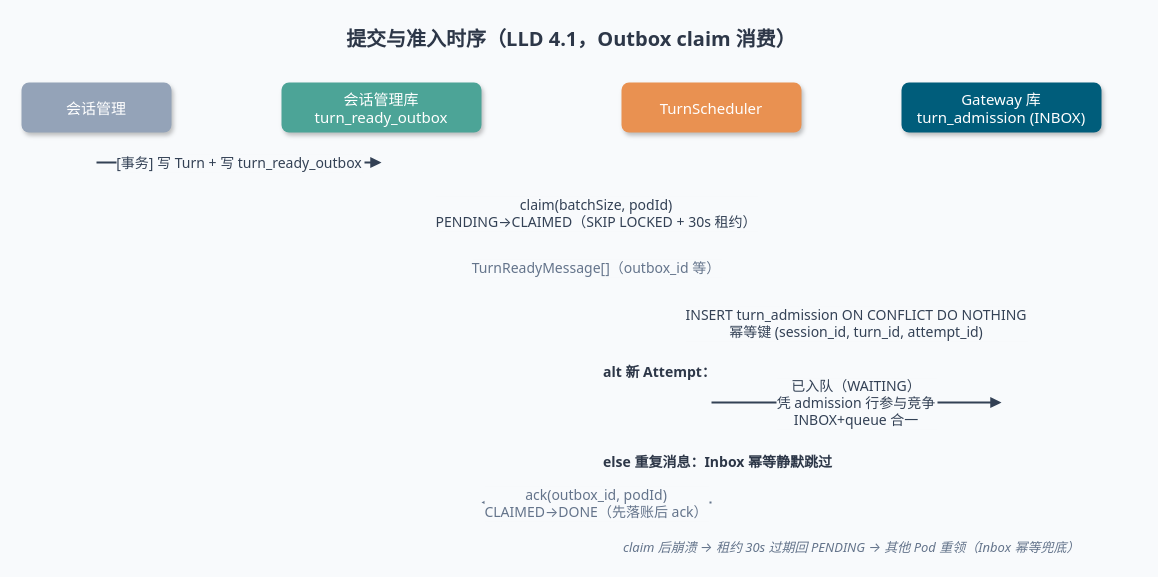
Before: page "seq-admission" (1 of 9) of design/diagrams/drawio/turn-scheduler-lld.drawio in JamesLi-NLP/AgentGateway, a draw.io diagram. Source tidied: cells renumbered, new cells numbered last; positions are measured from the earlier drawing's top-left corner, leaving out a move shared by most shapes. Both pictures are drawn from the tidied source at 100%, with x=0, y=0 at pixel (21, 17).
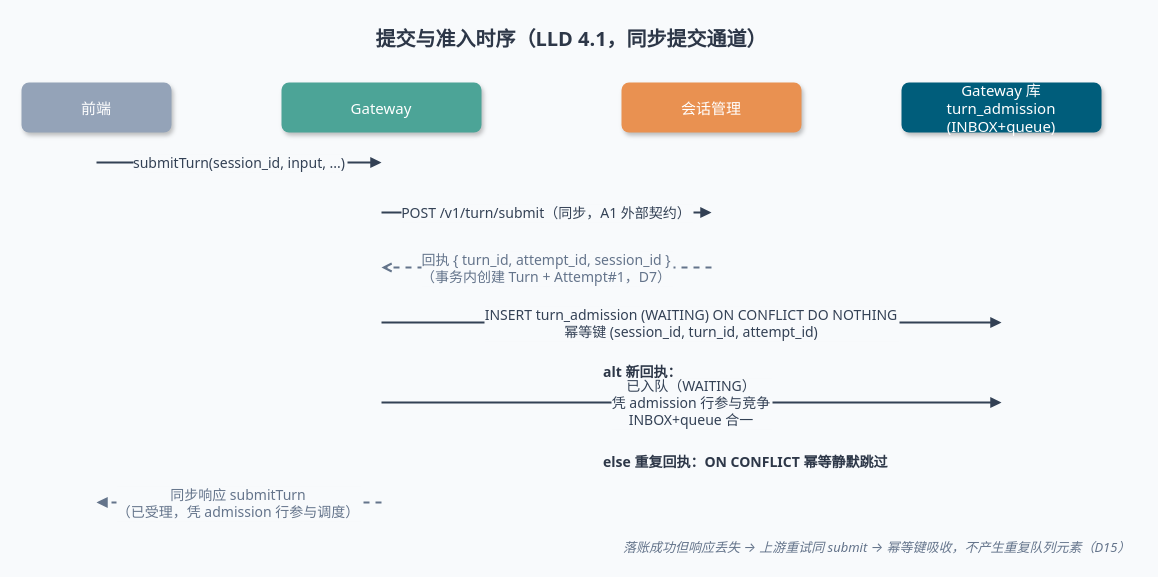
The same page after the edit.

What changed in the source:
```diff
@@
-    <mxCell id="2" value="提交与准入时序（LLD 4.1，Outbox claim 消费）" style="text;html=0;align=center;verticalAlign=middle;fontFamily=system-ui, -apple-system, PingFang SC, Microsoft YaHei, sans-serif;fontSize=20;fontStyle=1;fontColor=#2D3748;" parent="1" vertex="1">
+    <mxCell id="2" value="提交与准入时序（LLD 4.1，同步提交通道）" style="text;html=0;align=center;verticalAlign=middle;fontFamily=system-ui, -apple-system, PingFang SC, Microsoft YaHei, sans-serif;fontSize=20;fontStyle=1;fontColor=#2D3748;" parent="1" vertex="1">
       <mxGeometry x="360" width="380" height="40" as="geometry" />
     </mxCell>
-    <mxCell id="3" value="会话管理" style="rounded=1;whiteSpace=wrap;fillColor=#94A3B8;strokeColor=none;fontColor=#FFFFFF;fontFamily=system-ui, -apple-system, PingFang SC, Microsoft YaHei, sans-serif;fontSize=15;shadow=1;" parent="1" vertex="1">
+    <mxCell id="3" value="前端" style="rounded=1;whiteSpace=wrap;fillColor=#94A3B8;strokeColor=none;fontColor=#FFFFFF;fontFamily=system-ui, -apple-system, PingFang SC, Microsoft YaHei, sans-serif;fontSize=15;shadow=1;" parent="1" vertex="1">
       <mxGeometry y="65" width="150" height="50" as="geometry" />
     </mxCell>
-    <mxCell id="4" value="会话管理库&#10;turn_ready_outbox" style="rounded=1;whiteSpace=wrap;fillColor=#4CA497;strokeColor=none;fontColor=#FFFFFF;fontFamily=system-ui, -apple-system, PingFang SC, Microsoft YaHei, sans-serif;fontSize=15;shadow=1;" parent="1" vertex="1">
+    <mxCell id="4" value="Gateway" style="rounded=1;whiteSpace=wrap;fillColor=#4CA497;strokeColor=none;fontColor=#FFFFFF;fontFamily=system-ui, -apple-system, PingFang SC, Microsoft YaHei, sans-serif;fontSize=15;shadow=1;" parent="1" vertex="1">
       <mxGeometry x="260" y="65" width="200" height="50" as="geometry" />
     </mxCell>
-    <mxCell id="5" value="TurnScheduler" style="rounded=1;whiteSpace=wrap;fillColor=#E99151;strokeColor=none;fontColor=#FFFFFF;fontFamily=system-ui, -apple-system, PingFang SC, Microsoft YaHei, sans-serif;fontSize=15;shadow=1;" parent="1" vertex="1">
+    <mxCell id="5" value="会话管理" style="rounded=1;whiteSpace=wrap;fillColor=#E99151;strokeColor=none;fontColor=#FFFFFF;fontFamily=system-ui, -apple-system, PingFang SC, Microsoft YaHei, sans-serif;fontSize=15;shadow=1;" parent="1" vertex="1">
       <mxGeometry x="600" y="65" width="180" height="50" as="geometry" />
     </mxCell>
-    <mxCell id="6" value="Gateway 库&#10;turn_admission (INBOX)" style="rounded=1;whiteSpace=wrap;fillColor=#005D7B;strokeColor=none;fontColor=#FFFFFF;fontFamily=system-ui, -apple-system, PingFang SC, Microsoft YaHei, sans-serif;fontSize=15;shadow=1;" parent="1" vertex="1">
+    <mxCell id="6" value="Gateway 库&#10;turn_admission (INBOX+queue)" style="rounded=1;whiteSpace=wrap;fillColor=#005D7B;strokeColor=none;fontColor=#FFFFFF;fontFamily=system-ui, -apple-system, PingFang SC, Microsoft YaHei, sans-serif;fontSize=15;shadow=1;" parent="1" vertex="1">
       <mxGeometry x="880" y="65" width="200" height="50" as="geometry" />
     </mxCell>
-    <mxCell id="7" value="[事务] 写 Turn + 写 turn_ready_outbox" style="edgeStyle=none;html=0;strokeWidth=2;strokeColor=#334155;endArrow=block;fontFamily=system-ui, -apple-system, PingFang SC, Microsoft YaHei, sans-serif;fontSize=14;fontColor=#334155;labelBackgroundColor=#F8FAFC;" parent="1" edge="1">
+    <mxCell id="7" value="submitTurn(session_id, input, ...)" style="edgeStyle=none;html=0;strokeWidth=2;strokeColor=#334155;endArrow=block;fontFamily=system-ui, -apple-system, PingFang SC, Microsoft YaHei, sans-serif;fontSize=14;fontColor=#334155;labelBackgroundColor=#F8FAFC;" parent="1" edge="1">
       <mxGeometry relative="1" as="geometry">
         <mxPoint x="75" y="145" as="sourcePoint" />
         <mxPoint x="360" y="145" as="targetPoint" />
       </mxGeometry>
     </mxCell>
-    <mxCell id="8" value="claim(batchSize, podId)&#10;PENDING→CLAIMED（SKIP LOCKED + 30s 租约）" style="edgeStyle=none;html=0;strokeWidth=2;strokeColor=#334155;endArrow=block;fontFamily=system-ui, -apple-system, PingFang SC, Microsoft YaHei, sans-serif;fontSize=14;fontColor=#334155;labelBackgroundColor=#F8FAFC;" parent="1" edge="1">
+    <mxCell id="8" value="POST /v1/turn/submit（同步，A1 外部契约）" style="edgeStyle=none;html=0;strokeWidth=2;strokeColor=#334155;endArrow=block;fontFamily=system-ui, -apple-system, PingFang SC, Microsoft YaHei, sans-serif;fontSize=14;fontColor=#334155;labelBackgroundColor=#F8FAFC;" parent="1" edge="1">
       <mxGeometry relative="1" as="geometry">
-        <mxPoint x="690" y="195" as="sourcePoint" />
-        <mxPoint x="460" y="195" as="targetPoint" />
+        <mxPoint x="360" y="195" as="sourcePoint" />
+        <mxPoint x="690" y="195" as="targetPoint" />
       </mxGeometry>
     </mxCell>
-    <mxCell id="9" value="TurnReadyMessage[]（outbox_id 等）" style="edgeStyle=none;html=0;strokeWidth=2;strokeColor=#64748B;endArrow=open;dashed=1;fontFamily=system-ui, -apple-system, PingFang SC, Microsoft YaHei, sans-serif;fontSize=14;fontColor=#64748B;labelBackgroundColor=#F8FAFC;" parent="1" edge="1">
+    <mxCell id="9" value="回执 { turn_id, attempt_id, session_id }&#10;（事务内创建 Turn + Attempt#1，D7）" style="edgeStyle=none;html=0;strokeWidth=2;strokeColor=#64748B;endArrow=open;dashed=1;fontFamily=system-ui, -apple-system, PingFang SC, Microsoft YaHei, sans-serif;fontSize=14;fontColor=#64748B;labelBackgroundColor=#F8FAFC;" parent="1" edge="1">
       <mxGeometry relative="1" as="geometry">
-        <mxPoint x="460" y="250" as="sourcePoint" />
-        <mxPoint x="690" y="250" as="targetPoint" />
+        <mxPoint x="690" y="250" as="sourcePoint" />
+        <mxPoint x="360" y="250" as="targetPoint" />
       </mxGeometry>
     </mxCell>
-    <mxCell id="10" value="INSERT turn_admission ON CONFLICT DO NOTHING&#10;幂等键 (session_id, turn_id, attempt_id)" style="edgeStyle=none;html=0;strokeWidth=2;strokeColor=#334155;endArrow=block;fontFamily=system-ui, -apple-system, PingFang SC, Microsoft YaHei, sans-serif;fontSize=14;fontColor=#334155;labelBackgroundColor=#F8FAFC;" parent="1" edge="1">
+    <mxCell id="10" value="INSERT turn_admission (WAITING) ON CONFLICT DO NOTHING&#10;幂等键 (session_id, turn_id, attempt_id)" style="edgeStyle=none;html=0;strokeWidth=2;strokeColor=#334155;endArrow=block;fontFamily=system-ui, -apple-system, PingFang SC, Microsoft YaHei, sans-serif;fontSize=14;fontColor=#334155;labelBackgroundColor=#F8FAFC;" parent="1" edge="1">
       <mxGeometry relative="1" as="geometry">
-        <mxPoint x="690" y="305" as="sourcePoint" />
+        <mxPoint x="360" y="305" as="sourcePoint" />
         <mxPoint x="980" y="305" as="targetPoint" />
       </mxGeometry>
     </mxCell>
-    <mxCell id="11" value="alt 新 Attempt：" style="text;html=0;align=left;verticalAlign=middle;fontFamily=system-ui, -apple-system, PingFang SC, Microsoft YaHei, sans-serif;fontSize=14;fontStyle=1;fontColor=#2D3748;" parent="1" vertex="1">
+    <mxCell id="11" value="alt 新回执：" style="text;html=0;align=left;verticalAlign=middle;fontFamily=system-ui, -apple-system, PingFang SC, Microsoft YaHei, sans-serif;fontSize=14;fontStyle=1;fontColor=#2D3748;" parent="1" vertex="1">
       <mxGeometry x="580" y="340" width="180" height="28" as="geometry" />
     </mxCell>
     <mxCell id="12" value="已入队（WAITING）&#10;凭 admission 行参与竞争&#10;INBOX+queue 合一" style="edgeStyle=none;html=0;strokeWidth=2;strokeColor=#334155;endArrow=block;fontFamily=system-ui, -apple-system, PingFang SC, Microsoft YaHei, sans-serif;fontSize=14;fontColor=#334155;labelBackgroundColor=#F8FAFC;" parent="1" edge="1">
       <mxGeometry relative="1" as="geometry">
-        <mxPoint x="690" y="385" as="sourcePoint" />
+        <mxPoint x="360" y="385" as="sourcePoint" />
         <mxPoint x="980" y="385" as="targetPoint" />
       </mxGeometry>
     </mxCell>
-    <mxCell id="13" value="else 重复消息：Inbox 幂等静默跳过" style="text;html=0;align=left;verticalAlign=middle;fontFamily=system-ui, -apple-system, PingFang SC, Microsoft YaHei, sans-serif;fontSize=14;fontStyle=1;fontColor=#2D3748;" parent="1" vertex="1">
+    <mxCell id="13" value="else 重复回执：ON CONFLICT 幂等静默跳过" style="text;html=0;align=left;verticalAlign=middle;fontFamily=system-ui, -apple-system, PingFang SC, Microsoft YaHei, sans-serif;fontSize=14;fontStyle=1;fontColor=#2D3748;" parent="1" vertex="1">
       <mxGeometry x="580" y="430" width="320" height="28" as="geometry" />
     </mxCell>
-    <mxCell id="14" value="ack(outbox_id, podId)&#10;CLAIMED→DONE（先落账后 ack）" style="edgeStyle=none;html=0;strokeWidth=2;strokeColor=#64748B;endArrow=block;dashed=1;fontFamily=system-ui, -apple-system, PingFang SC, Microsoft YaHei, sans-serif;fontSize=14;fontColor=#64748B;labelBackgroundColor=#F8FAFC;" parent="1" edge="1">
+    <mxCell id="14" value="同步响应 submitTurn&#10;（已受理，凭 admission 行参与调度）" style="edgeStyle=none;html=0;strokeWidth=2;strokeColor=#64748B;endArrow=block;dashed=1;fontFamily=system-ui, -apple-system, PingFang SC, Microsoft YaHei, sans-serif;fontSize=14;fontColor=#64748B;labelBackgroundColor=#F8FAFC;" parent="1" edge="1">
       <mxGeometry relative="1" as="geometry">
-        <mxPoint x="690" y="485" as="sourcePoint" />
-        <mxPoint x="460" y="485" as="targetPoint" />
+        <mxPoint x="360" y="485" as="sourcePoint" />
+        <mxPoint x="75" y="485" as="targetPoint" />
       </mxGeometry>
     </mxCell>
-    <mxCell id="15" value="claim 后崩溃 → 租约 30s 过期回 PENDING → 其他 Pod 重领（Inbox 幂等兜底）" style="text;html=0;align=left;verticalAlign=middle;fontFamily=system-ui, -apple-system, PingFang SC, Microsoft YaHei, sans-serif;fontSize=13;fontStyle=2;fontColor=#64748B;" parent="1" vertex="1">
+    <mxCell id="15" value="落账成功但响应丢失 → 上游重试同 submit → 幂等键吸收，不产生重复队列元素（D15）" style="text;html=0;align=left;verticalAlign=middle;fontFamily=system-ui, -apple-system, PingFang SC, Microsoft YaHei, sans-serif;fontSize=13;fontStyle=2;fontColor=#64748B;" parent="1" vertex="1">
       <mxGeometry x="600" y="515" width="520" height="28" as="geometry" />
     </mxCell>
```
